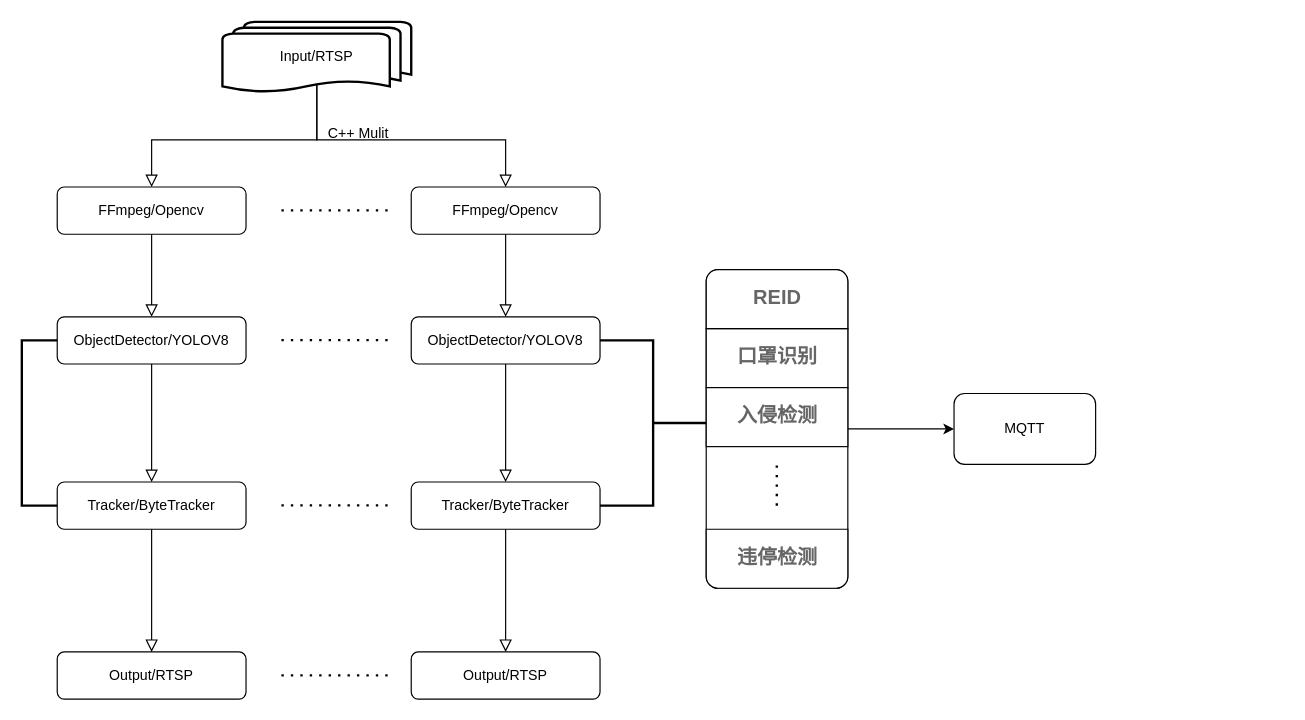
The draw.io diagram AI.drawio in GiponNG/Draw.io, before the edit. Source tidied: cells renumbered, new cells numbered last; positions are measured from the earlier drawing's top-left corner, leaving out a move shared by most shapes. Both pictures are drawn from the tidied source at 118%, with x=0, y=0 at pixel (21, 21).
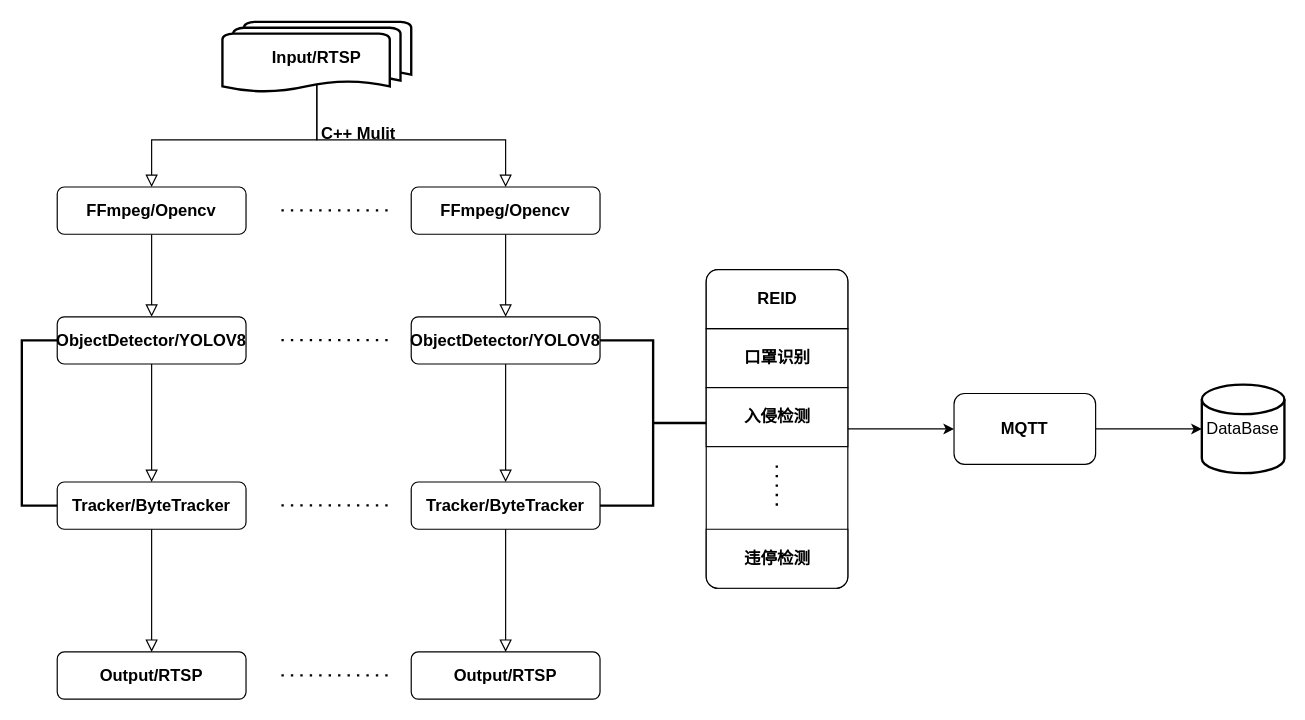
Above is the later version.

The edit, as a diff of the source:
```diff
@@
-    <mxCell id="2" style="rounded=0;html=1;jettySize=auto;fontSize=11;endArrow=block;endFill=0;endSize=8;strokeWidth=1;shadow=0;labelBackgroundColor=none;edgeStyle=orthogonalEdgeStyle;exitX=0.5;exitY=0.88;exitDx=0;exitDy=0;exitPerimeter=0;" parent="1" edge="1" source="10" target="5">
+    <mxCell id="2" style="rounded=0;html=1;jettySize=auto;fontSize=14;endArrow=block;endFill=0;endSize=8;strokeWidth=1;shadow=0;labelBackgroundColor=none;edgeStyle=orthogonalEdgeStyle;exitX=0.5;exitY=0.88;exitDx=0;exitDy=0;exitPerimeter=0;fontStyle=1;" parent="1" edge="1" source="10" target="5">
       <mxGeometry relative="1" as="geometry" />
     </mxCell>
-    <mxCell id="3" value="ObjectDetector/YOLOV8" style="rounded=1;whiteSpace=wrap;html=1;fontSize=12;glass=0;strokeWidth=1;shadow=0;" parent="1" vertex="1">
+    <mxCell id="3" value="ObjectDetector/YOLOV8" style="rounded=1;whiteSpace=wrap;html=1;fontSize=14;glass=0;strokeWidth=1;shadow=0;fontStyle=1;" parent="1" vertex="1">
       <mxGeometry x="30" y="250" width="160" height="40" as="geometry" />
     </mxCell>
-    <mxCell id="4" style="rounded=0;html=1;jettySize=auto;fontSize=11;endArrow=block;endFill=0;endSize=8;strokeWidth=1;shadow=0;labelBackgroundColor=none;edgeStyle=orthogonalEdgeStyle;exitX=0.5;exitY=1;exitDx=0;exitDy=0;" parent="1" edge="1" source="5" target="3">
+    <mxCell id="4" style="rounded=0;html=1;jettySize=auto;fontSize=14;endArrow=block;endFill=0;endSize=8;strokeWidth=1;shadow=0;labelBackgroundColor=none;edgeStyle=orthogonalEdgeStyle;exitX=0.5;exitY=1;exitDx=0;exitDy=0;fontStyle=1;" parent="1" edge="1" source="5" target="3">
       <mxGeometry relative="1" as="geometry" />
     </mxCell>
-    <mxCell id="5" value="FFmpeg/Opencv" style="rounded=1;whiteSpace=wrap;html=1;fontSize=12;glass=0;strokeWidth=1;shadow=0;" parent="1" vertex="1">
+    <mxCell id="5" value="FFmpeg/Opencv" style="rounded=1;whiteSpace=wrap;html=1;fontSize=14;glass=0;strokeWidth=1;shadow=0;fontStyle=1;" parent="1" vertex="1">
       <mxGeometry x="30" y="140" width="160" height="40" as="geometry" />
     </mxCell>
-    <mxCell id="6" value="Tracker/ByteTracker" style="rounded=1;whiteSpace=wrap;html=1;fontSize=12;glass=0;strokeWidth=1;shadow=0;" parent="1" vertex="1">
+    <mxCell id="6" value="Tracker/ByteTracker" style="rounded=1;whiteSpace=wrap;html=1;fontSize=14;glass=0;strokeWidth=1;shadow=0;fontStyle=1;" parent="1" vertex="1">
       <mxGeometry x="30" y="390" width="160" height="40" as="geometry" />
     </mxCell>
-    <mxCell id="7" style="rounded=0;html=1;jettySize=auto;fontSize=11;endArrow=block;endFill=0;endSize=8;strokeWidth=1;shadow=0;labelBackgroundColor=none;edgeStyle=orthogonalEdgeStyle;" parent="1" edge="1" source="3" target="6">
+    <mxCell id="7" style="rounded=0;html=1;jettySize=auto;fontSize=14;endArrow=block;endFill=0;endSize=8;strokeWidth=1;shadow=0;labelBackgroundColor=none;edgeStyle=orthogonalEdgeStyle;fontStyle=1;" parent="1" edge="1" source="3" target="6">
       <mxGeometry relative="1" as="geometry" />
     </mxCell>
-    <mxCell id="8" value="Output/RTSP" style="rounded=1;whiteSpace=wrap;html=1;fontSize=12;glass=0;strokeWidth=1;shadow=0;" parent="1" vertex="1">
+    <mxCell id="8" value="Output/RTSP" style="rounded=1;whiteSpace=wrap;html=1;fontSize=14;glass=0;strokeWidth=1;shadow=0;fontStyle=1;" parent="1" vertex="1">
       <mxGeometry x="30" y="534" width="160" height="40" as="geometry" />
     </mxCell>
-    <mxCell id="9" style="rounded=0;html=1;jettySize=auto;fontSize=11;endArrow=block;endFill=0;endSize=8;strokeWidth=1;shadow=0;labelBackgroundColor=none;edgeStyle=orthogonalEdgeStyle;entryX=0.5;entryY=0;entryDx=0;entryDy=0;" parent="1" edge="1" source="6" target="8">
+    <mxCell id="9" style="rounded=0;html=1;jettySize=auto;fontSize=14;endArrow=block;endFill=0;endSize=8;strokeWidth=1;shadow=0;labelBackgroundColor=none;edgeStyle=orthogonalEdgeStyle;entryX=0.5;entryY=0;entryDx=0;entryDy=0;fontStyle=1;" parent="1" edge="1" source="6" target="8">
       <mxGeometry relative="1" as="geometry" />
     </mxCell>
-    <mxCell id="10" value="Input/RTSP" style="strokeWidth=2;html=1;shape=mxgraph.flowchart.multi-document;whiteSpace=wrap;" parent="1" vertex="1">
+    <mxCell id="10" value="Input/RTSP" style="strokeWidth=2;html=1;shape=mxgraph.flowchart.multi-document;whiteSpace=wrap;fontSize=14;fontStyle=1;" parent="1" vertex="1">
       <mxGeometry x="170" width="160" height="60" as="geometry" />
     </mxCell>
-    <mxCell id="11" value="ObjectDetector/YOLOV8" style="rounded=1;whiteSpace=wrap;html=1;fontSize=12;glass=0;strokeWidth=1;shadow=0;" parent="1" vertex="1">
+    <mxCell id="11" value="ObjectDetector/YOLOV8" style="rounded=1;whiteSpace=wrap;html=1;fontSize=14;glass=0;strokeWidth=1;shadow=0;fontStyle=1;" parent="1" vertex="1">
       <mxGeometry x="330" y="250" width="160" height="40" as="geometry" />
     </mxCell>
-    <mxCell id="12" style="rounded=0;html=1;jettySize=auto;fontSize=11;endArrow=block;endFill=0;endSize=8;strokeWidth=1;shadow=0;labelBackgroundColor=none;edgeStyle=orthogonalEdgeStyle;exitX=0.5;exitY=1;exitDx=0;exitDy=0;" parent="1" edge="1" source="13" target="11">
+    <mxCell id="12" style="rounded=0;html=1;jettySize=auto;fontSize=14;endArrow=block;endFill=0;endSize=8;strokeWidth=1;shadow=0;labelBackgroundColor=none;edgeStyle=orthogonalEdgeStyle;exitX=0.5;exitY=1;exitDx=0;exitDy=0;fontStyle=1;" parent="1" edge="1" source="13" target="11">
       <mxGeometry relative="1" as="geometry" />
     </mxCell>
-    <mxCell id="13" value="FFmpeg/Opencv" style="rounded=1;whiteSpace=wrap;html=1;fontSize=12;glass=0;strokeWidth=1;shadow=0;" parent="1" vertex="1">
+    <mxCell id="13" value="FFmpeg/Opencv" style="rounded=1;whiteSpace=wrap;html=1;fontSize=14;glass=0;strokeWidth=1;shadow=0;fontStyle=1;" parent="1" vertex="1">
       <mxGeometry x="330" y="140" width="160" height="40" as="geometry" />
     </mxCell>
-    <mxCell id="14" value="Tracker/ByteTracker" style="rounded=1;whiteSpace=wrap;html=1;fontSize=12;glass=0;strokeWidth=1;shadow=0;" parent="1" vertex="1">
+    <mxCell id="14" value="Tracker/ByteTracker" style="rounded=1;whiteSpace=wrap;html=1;fontSize=14;glass=0;strokeWidth=1;shadow=0;fontStyle=1;" parent="1" vertex="1">
       <mxGeometry x="330" y="390" width="160" height="40" as="geometry" />
     </mxCell>
-    <mxCell id="15" style="rounded=0;html=1;jettySize=auto;fontSize=11;endArrow=block;endFill=0;endSize=8;strokeWidth=1;shadow=0;labelBackgroundColor=none;edgeStyle=orthogonalEdgeStyle;" parent="1" edge="1" source="11" target="14">
+    <mxCell id="15" style="rounded=0;html=1;jettySize=auto;fontSize=14;endArrow=block;endFill=0;endSize=8;strokeWidth=1;shadow=0;labelBackgroundColor=none;edgeStyle=orthogonalEdgeStyle;fontStyle=1;" parent="1" edge="1" source="11" target="14">
       <mxGeometry relative="1" as="geometry" />
     </mxCell>
-    <mxCell id="16" value="Output/RTSP" style="rounded=1;whiteSpace=wrap;html=1;fontSize=12;glass=0;strokeWidth=1;shadow=0;" parent="1" vertex="1">
+    <mxCell id="16" value="Output/RTSP" style="rounded=1;whiteSpace=wrap;html=1;fontSize=14;glass=0;strokeWidth=1;shadow=0;fontStyle=1;" parent="1" vertex="1">
       <mxGeometry x="330" y="534" width="160" height="40" as="geometry" />
     </mxCell>
-    <mxCell id="17" style="rounded=0;html=1;jettySize=auto;fontSize=11;endArrow=block;endFill=0;endSize=8;strokeWidth=1;shadow=0;labelBackgroundColor=none;edgeStyle=orthogonalEdgeStyle;entryX=0.5;entryY=0;entryDx=0;entryDy=0;" parent="1" edge="1" source="14" target="16">
+    <mxCell id="17" style="rounded=0;html=1;jettySize=auto;fontSize=14;endArrow=block;endFill=0;endSize=8;strokeWidth=1;shadow=0;labelBackgroundColor=none;edgeStyle=orthogonalEdgeStyle;entryX=0.5;entryY=0;entryDx=0;entryDy=0;fontStyle=1;" parent="1" edge="1" source="14" target="16">
       <mxGeometry relative="1" as="geometry" />
     </mxCell>
-    <mxCell id="18" style="rounded=0;html=1;jettySize=auto;fontSize=11;endArrow=block;endFill=0;endSize=8;strokeWidth=1;shadow=0;labelBackgroundColor=none;edgeStyle=orthogonalEdgeStyle;exitX=0.5;exitY=0.88;exitDx=0;exitDy=0;exitPerimeter=0;" parent="1" edge="1" source="10" target="13">
+    <mxCell id="18" style="rounded=0;html=1;jettySize=auto;fontSize=14;endArrow=block;endFill=0;endSize=8;strokeWidth=1;shadow=0;labelBackgroundColor=none;edgeStyle=orthogonalEdgeStyle;exitX=0.5;exitY=0.88;exitDx=0;exitDy=0;exitPerimeter=0;fontStyle=1;" parent="1" edge="1" source="10" target="13">
       <mxGeometry relative="1" as="geometry">
         <Array as="points">
           <mxPoint x="250" y="100" />
           <mxPoint x="410" y="100" />
         </Array>
       </mxGeometry>
     </mxCell>
-    <mxCell id="19" style="endArrow=none;dashed=1;html=1;dashPattern=1 3;strokeWidth=2;rounded=0;" parent="1" edge="1">
+    <mxCell id="19" style="endArrow=none;dashed=1;html=1;dashPattern=1 3;strokeWidth=2;rounded=0;fontSize=14;fontStyle=1;" parent="1" edge="1">
       <mxGeometry relative="1" as="geometry">
         <mxPoint x="220" y="159.8" as="sourcePoint" />
         <mxPoint x="310" y="159.8" as="targetPoint" />
       </mxGeometry>
     </mxCell>
-    <mxCell id="20" style="endArrow=none;dashed=1;html=1;dashPattern=1 3;strokeWidth=2;rounded=0;" parent="1" edge="1">
+    <mxCell id="20" style="endArrow=none;dashed=1;html=1;dashPattern=1 3;strokeWidth=2;rounded=0;fontSize=14;fontStyle=1;" parent="1" edge="1">
       <mxGeometry relative="1" as="geometry">
         <mxPoint x="220" y="269.8" as="sourcePoint" />
         <mxPoint x="310" y="269.8" as="targetPoint" />
       </mxGeometry>
     </mxCell>
-    <mxCell id="21" style="endArrow=none;dashed=1;html=1;dashPattern=1 3;strokeWidth=2;rounded=0;" parent="1" edge="1">
+    <mxCell id="21" style="endArrow=none;dashed=1;html=1;dashPattern=1 3;strokeWidth=2;rounded=0;fontSize=14;fontStyle=1;" parent="1" edge="1">
       <mxGeometry relative="1" as="geometry">
         <mxPoint x="220" y="553.8" as="sourcePoint" />
         <mxPoint x="310" y="553.8" as="targetPoint" />
       </mxGeometry>
     </mxCell>
-    <mxCell id="22" style="endArrow=none;dashed=1;html=1;dashPattern=1 3;strokeWidth=2;rounded=0;" parent="1" edge="1">
+    <mxCell id="22" style="endArrow=none;dashed=1;html=1;dashPattern=1 3;strokeWidth=2;rounded=0;fontSize=14;fontStyle=1;" parent="1" edge="1">
       <mxGeometry relative="1" as="geometry">
         <mxPoint x="220" y="409.8" as="sourcePoint" />
         <mxPoint x="310" y="409.8" as="targetPoint" />
       </mxGeometry>
     </mxCell>
-    <mxCell id="23" value="C++ Mulit" style="text;html=1;align=center;verticalAlign=middle;strokeColor=none;fillColor=none;" parent="1" vertex="1">
-      <mxGeometry x="250" y="80" width="70" height="30" as="geometry" />
+    <mxCell id="23" value="C++ Mulit" style="text;html=1;align=center;verticalAlign=middle;strokeColor=none;fillColor=none;fontSize=14;fontStyle=1;" parent="1" vertex="1">
+      <mxGeometry x="240" y="80" width="90" height="30" as="geometry" />
     </mxCell>
-    <mxCell id="24" style="strokeWidth=1;shadow=0;dashed=0;align=center;html=1;shape=mxgraph.mockup.rrect;rSize=10;labelBorderColor=#000000;" parent="1" vertex="1">
+    <mxCell id="24" style="strokeWidth=1;shadow=0;dashed=0;align=center;html=1;shape=mxgraph.mockup.rrect;rSize=10;labelBorderColor=#000000;fontSize=14;fontStyle=1;" parent="1" vertex="1">
       <mxGeometry x="580" y="210" width="120" height="270" as="geometry" />
     </mxCell>
-    <mxCell id="25" value="口罩识别" style="strokeColor=inherit;fillColor=inherit;gradientColor=inherit;strokeWidth=1;shadow=0;dashed=0;align=center;html=1;shape=mxgraph.mockup.rrect;rSize=0;fontSize=17;fontColor=#666666;fontStyle=1;" parent="24" vertex="1">
+    <mxCell id="25" value="口罩识别" style="strokeColor=inherit;fillColor=inherit;gradientColor=inherit;strokeWidth=1;shadow=0;dashed=0;align=center;html=1;shape=mxgraph.mockup.rrect;rSize=0;fontSize=14;fontColor=#000000;fontStyle=1;" parent="24" vertex="1">
       <mxGeometry width="120" height="50" relative="1" as="geometry">
         <mxPoint y="50" as="offset" />
       </mxGeometry>
     </mxCell>
-    <mxCell id="26" value="入侵检测" style="strokeColor=inherit;fillColor=inherit;gradientColor=inherit;strokeWidth=1;shadow=0;dashed=0;align=center;html=1;shape=mxgraph.mockup.rrect;rSize=0;fontSize=17;fontColor=#666666;fontStyle=1;" parent="24" vertex="1">
+    <mxCell id="26" value="入侵检测" style="strokeColor=inherit;fillColor=inherit;gradientColor=inherit;strokeWidth=1;shadow=0;dashed=0;align=center;html=1;shape=mxgraph.mockup.rrect;rSize=0;fontSize=14;fontColor=#000000;fontStyle=1;" parent="24" vertex="1">
       <mxGeometry width="120" height="50" relative="1" as="geometry">
         <mxPoint y="100" as="offset" />
       </mxGeometry>
     </mxCell>
-    <mxCell id="27" value="违停检测" style="strokeColor=inherit;fillColor=inherit;gradientColor=inherit;strokeWidth=1;shadow=0;dashed=0;align=center;html=1;shape=mxgraph.mockup.bottomButton;rSize=10;fontSize=17;fontColor=#666666;fontStyle=1;" parent="24" vertex="1">
+    <mxCell id="27" value="违停检测" style="strokeColor=inherit;fillColor=inherit;gradientColor=inherit;strokeWidth=1;shadow=0;dashed=0;align=center;html=1;shape=mxgraph.mockup.bottomButton;rSize=10;fontSize=14;fontColor=#000000;fontStyle=1;" parent="24" vertex="1">
       <mxGeometry y="1" width="120" height="50" relative="1" as="geometry">
         <mxPoint y="-50" as="offset" />
       </mxGeometry>
     </mxCell>
-    <mxCell id="28" value="REID" style="strokeColor=inherit;fillColor=inherit;gradientColor=inherit;strokeWidth=1;shadow=0;dashed=0;align=center;html=1;shape=mxgraph.mockup.bottomButton;rSize=10;fontSize=17;fontColor=#666666;fontStyle=1;direction=west;" parent="24" vertex="1">
+    <mxCell id="28" value="REID" style="strokeColor=inherit;fillColor=inherit;gradientColor=inherit;strokeWidth=1;shadow=0;dashed=0;align=center;html=1;shape=mxgraph.mockup.bottomButton;rSize=10;fontSize=14;fontColor=#000000;fontStyle=1;direction=west;" parent="24" vertex="1">
       <mxGeometry width="120" height="50" as="geometry" />
     </mxCell>
-    <mxCell id="29" style="endArrow=none;dashed=1;html=1;dashPattern=1 3;strokeWidth=2;rounded=0;" parent="24" edge="1">
+    <mxCell id="29" style="endArrow=none;dashed=1;html=1;dashPattern=1 3;strokeWidth=2;rounded=0;fontSize=14;fontStyle=1;" parent="24" edge="1">
       <mxGeometry relative="1" as="geometry">
         <mxPoint x="59.8" y="200" as="sourcePoint" />
         <mxPoint x="59.8" y="160" as="targetPoint" />
       </mxGeometry>
     </mxCell>
+    <mxCell id="34" style="edgeStyle=orthogonalEdgeStyle;rounded=0;jettySize=auto;html=1;fontSize=14;fontColor=#000000;" parent="1" edge="1" source="30" target="35">
+      <mxGeometry relative="1" as="geometry" />
+    </mxCell>
-    <mxCell id="30" value="MQTT" style="rounded=1;whiteSpace=wrap;html=1;labelBackgroundColor=none;labelBorderColor=none;fillColor=#FFFFFF;" parent="1" vertex="1">
+    <mxCell id="30" value="MQTT" style="rounded=1;whiteSpace=wrap;html=1;labelBackgroundColor=none;labelBorderColor=none;fillColor=#FFFFFF;fontSize=14;fontStyle=1;" parent="1" vertex="1">
       <mxGeometry x="790" y="315" width="120" height="60" as="geometry" />
     </mxCell>
-    <mxCell id="31" style="endArrow=classic;html=1;rounded=0;entryX=0;entryY=0.5;entryDx=0;entryDy=0;" parent="1" edge="1" source="24" target="30">
+    <mxCell id="31" style="endArrow=classic;html=1;rounded=0;entryX=0;entryY=0.5;entryDx=0;entryDy=0;fontSize=14;fontStyle=1;" parent="1" edge="1" source="24" target="30">
       <mxGeometry relative="1" as="geometry" />
     </mxCell>
-    <mxCell id="32" style="strokeWidth=2;html=1;shape=mxgraph.flowchart.annotation_2;align=left;labelPosition=right;labelBackgroundColor=none;labelBorderColor=none;fillColor=#FFFFFF;direction=west;" parent="1" vertex="1">
+    <mxCell id="32" style="strokeWidth=2;html=1;shape=mxgraph.flowchart.annotation_2;align=left;labelPosition=right;labelBackgroundColor=none;labelBorderColor=none;fillColor=#FFFFFF;direction=west;fontSize=14;fontStyle=1;" parent="1" vertex="1">
       <mxGeometry x="490" y="270" width="90" height="140" as="geometry" />
     </mxCell>
-    <mxCell id="33" style="strokeWidth=2;html=1;shape=mxgraph.flowchart.annotation_1;align=left;labelBackgroundColor=none;labelBorderColor=none;fillColor=#FFFFFF;" parent="1" vertex="1">
+    <mxCell id="33" style="strokeWidth=2;html=1;shape=mxgraph.flowchart.annotation_1;align=left;labelBackgroundColor=none;labelBorderColor=none;fillColor=#FFFFFF;fontSize=14;fontStyle=1;" parent="1" vertex="1">
       <mxGeometry y="270" width="30" height="140" as="geometry" />
     </mxCell>
+    <mxCell id="35" value="DataBase" style="strokeWidth=2;html=1;shape=mxgraph.flowchart.database;whiteSpace=wrap;labelBackgroundColor=none;labelBorderColor=none;fontSize=14;fontColor=#000000;fillColor=#FFFFFF;" parent="1" vertex="1">
+      <mxGeometry x="1000" y="307.5" width="70" height="75" as="geometry" />
+    </mxCell>
```
